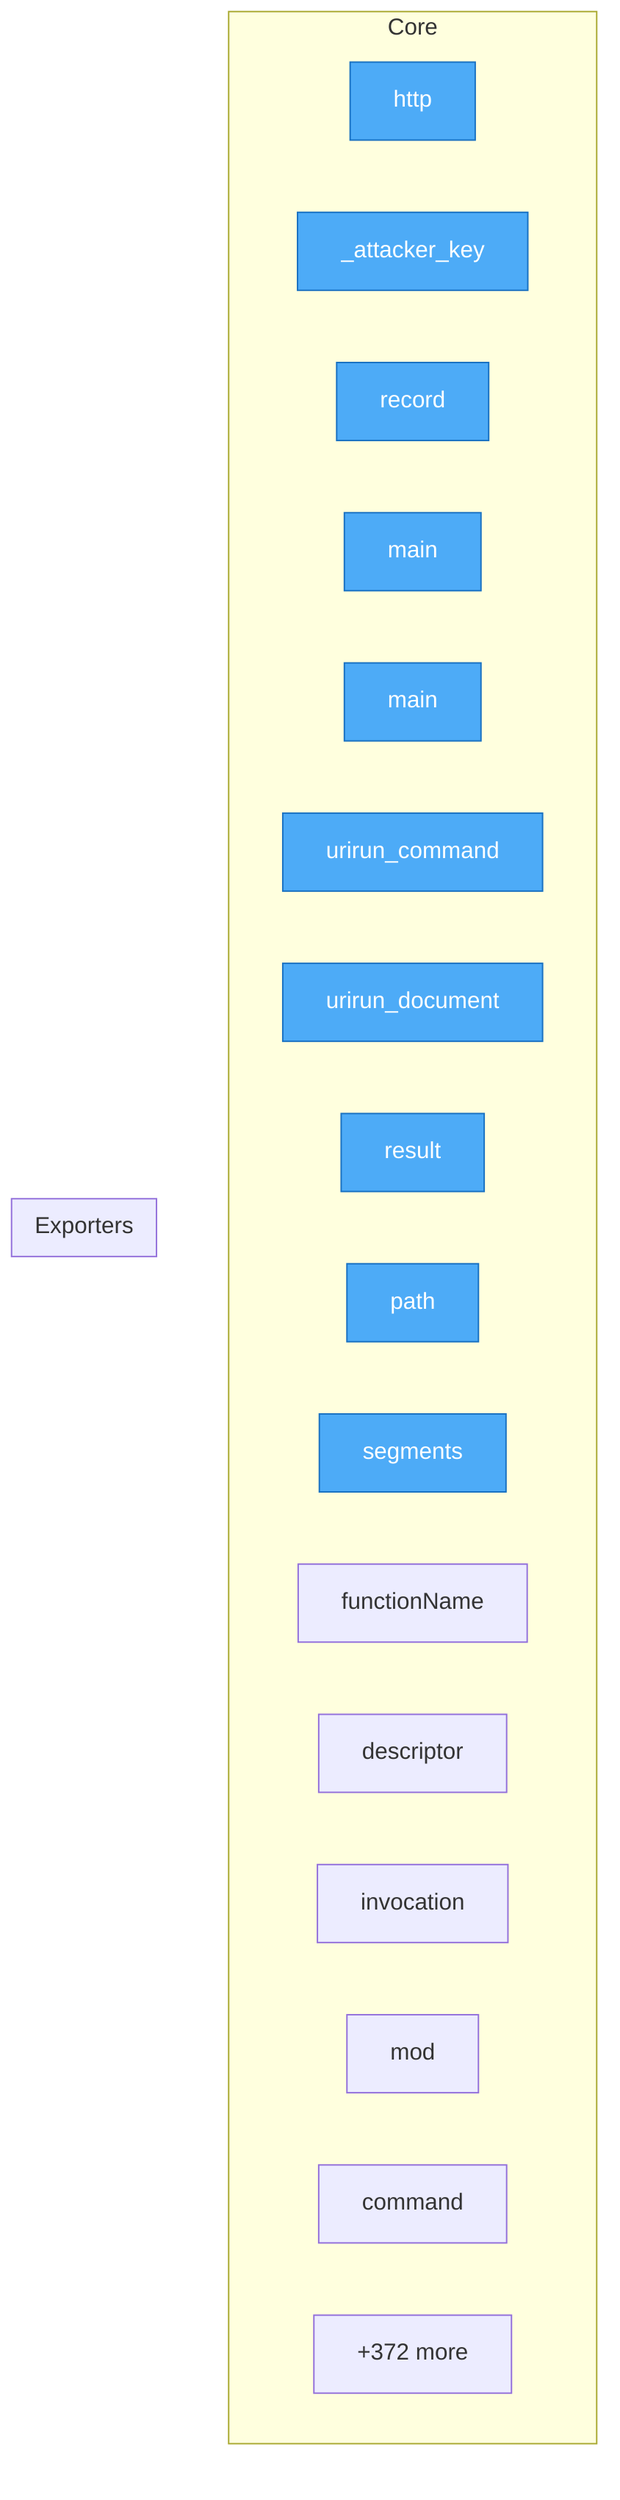
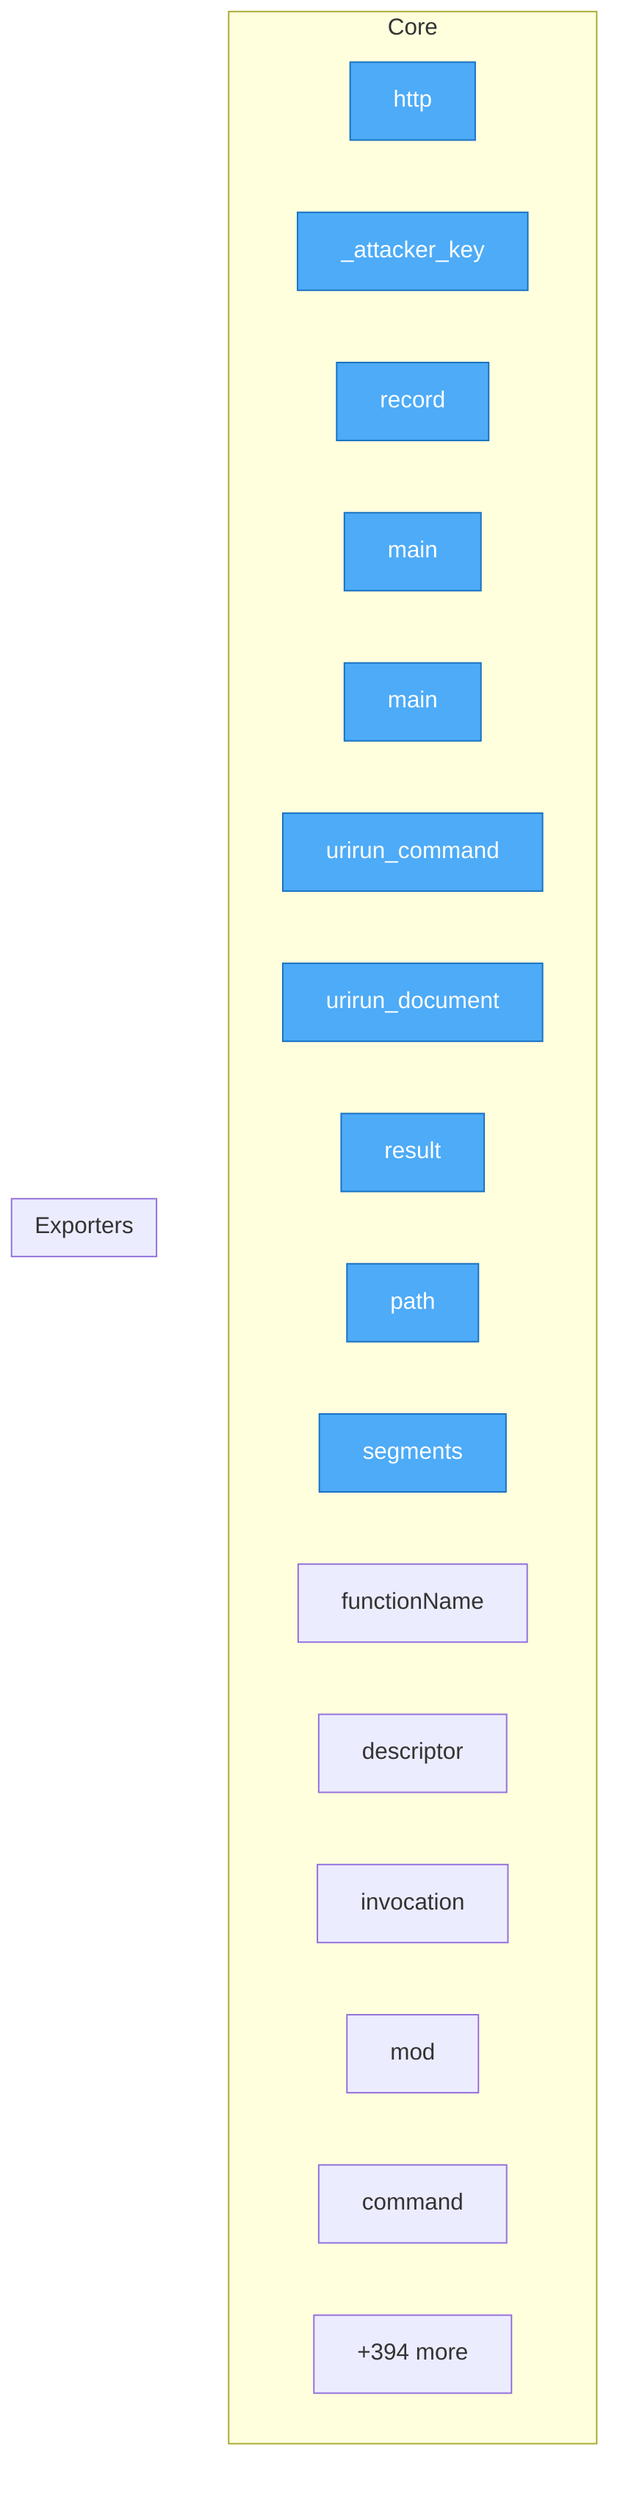
flowchart TD
- %% generated in 0.03s
+ %% generated in 0.02s

    %% Entry points (blue)
    classDef entry fill:#4dabf7,stroke:#1971c2,color:#fff

    subgraph Core
        security__mesh_probe__probe__http["http"]
        security__mesh_probe__probe___attacker_key["_attacker_key"]
        security__mesh_probe__probe__record["record"]
        adapters__conformance__main["main"]
        adapters__new_connector__main["main"]
        adapters__bash__urirun__urirun_command["urirun_command"]
        adapters__bash__urirun__urirun_document["urirun_document"]
        adapters__js__index__test__result["result"]
        adapters__js__path["path"]
        adapters__js__segments["segments"]
        adapters__js__functionName["functionName"]
        adapters__js__descriptor["descriptor"]
        adapters__js__invocation["invocation"]
        adapters__js__mod["mod"]
        adapters__java__Urirun__Urirun__command["command"]
-         ...["+372 more"]
+         ...["+394 more"]
    end

    subgraph Exporters
    end

    class security__mesh_probe__probe__http,security__mesh_probe__probe___attacker_key,security__mesh_probe__probe__record,adapters__conformance__main,adapters__new_connector__main,adapters__bash__urirun__urirun_command,adapters__bash__urirun__urirun_document,adapters__js__index__test__result,adapters__js__path,adapters__js__segments entry
